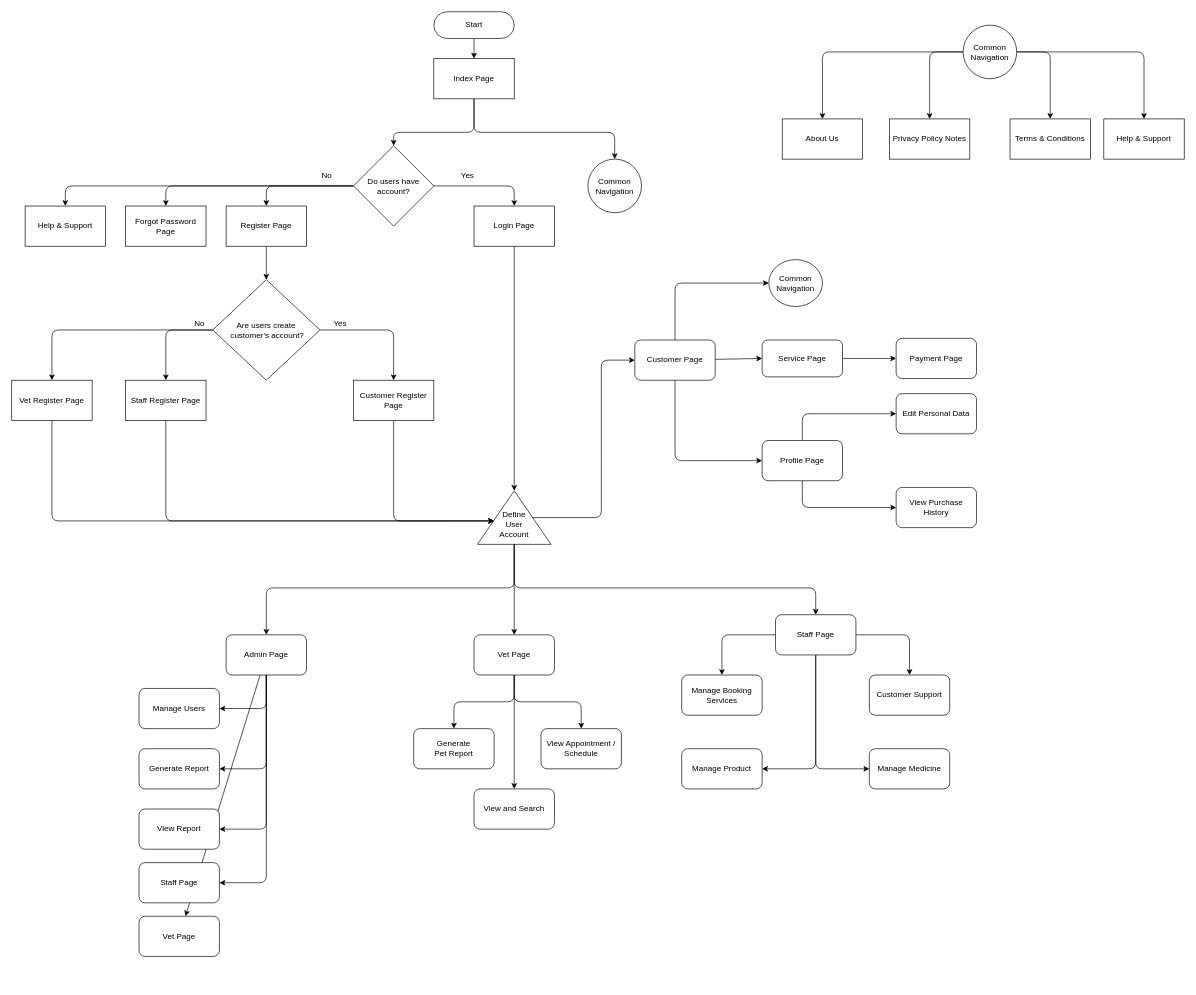
Before: page "Flowchart" (1 of 4) of backup.drawio in Kentcwk26/SDP, a draw.io diagram. Source tidied: cells renumbered, new cells numbered last; positions are measured from the earlier drawing's top-left corner, leaving out a move shared by most shapes. Both pictures are drawn from the tidied source at 67%, with x=0, y=0 at pixel (11, 11).
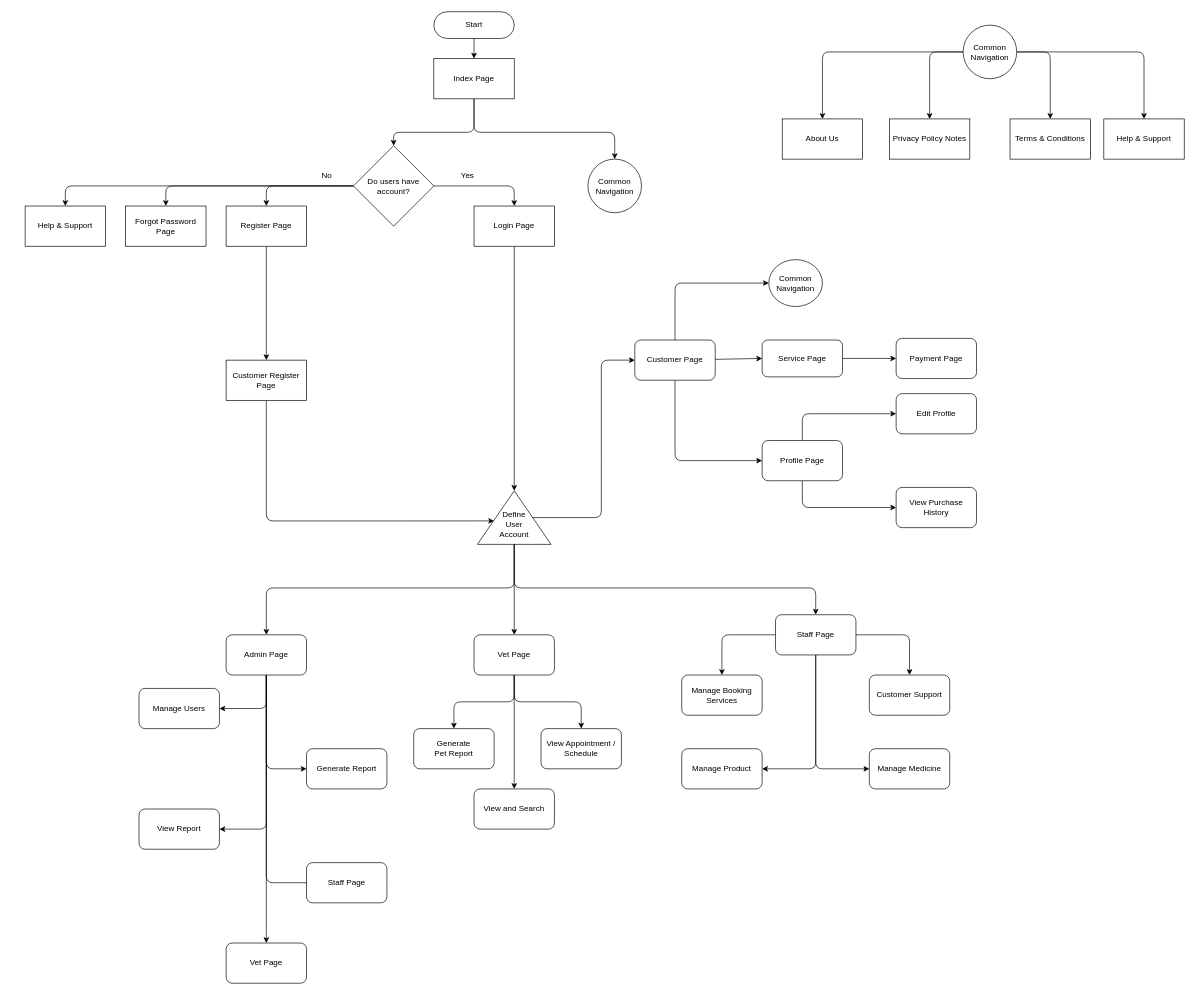
The same diagram, later.

Commit message (it also covers changes not shown here):
Edit SDP flowchart 0320 1609

The change refers to these unchanged cells:
```xml
<mxCell id="16" value="Register Page" style="whiteSpace=wrap;html=1;rounded=1;arcSize=0;" parent="1" vertex="1">
  <mxGeometry x="320" y="290" width="120" height="60" as="geometry" />
</mxCell>
<mxCell id="34" style="triangle;whiteSpace=wrap;html=1;rotation=-90;" parent="1" vertex="1">
  <mxGeometry x="710" y="700" width="80" height="110" as="geometry" />
</mxCell>
<mxCell id="53" value="Admin Page" style="rounded=1;whiteSpace=wrap;html=1;" parent="1" vertex="1">
  <mxGeometry x="320" y="930" width="120" height="60" as="geometry" />
</mxCell>
```

What changed in the source:
```diff
@@
-    <mxCell id="15" style="edgeStyle=none;html=1;" parent="1" edge="1" source="16" target="24">
+    <mxCell id="15" style="edgeStyle=none;html=1;" parent="1" edge="1" source="16" target="28">
       <mxGeometry relative="1" as="geometry" />
     </mxCell>
@@
-    <mxCell id="21" style="edgeStyle=none;html=1;" parent="1" edge="1" source="24" target="26">
-      <mxGeometry relative="1" as="geometry">
-        <Array as="points">
-          <mxPoint x="180" y="475" />
-          <mxPoint x="60" y="475" />
-        </Array>
-      </mxGeometry>
-    </mxCell>
-    <mxCell id="22" style="edgeStyle=none;html=1;" parent="1" edge="1" source="24" target="28">
-      <mxGeometry relative="1" as="geometry">
-        <Array as="points">
-          <mxPoint x="570" y="475" />
-        </Array>
-      </mxGeometry>
-    </mxCell>
-    <mxCell id="23" style="edgeStyle=none;html=1;" parent="1" edge="1" source="24" target="30">
-      <mxGeometry relative="1" as="geometry">
-        <Array as="points">
-          <mxPoint x="230" y="475" />
-        </Array>
-      </mxGeometry>
-    </mxCell>
-    <mxCell id="24" value="Are users create&lt;br&gt;&amp;nbsp;customer's account?" style="rhombus;whiteSpace=wrap;html=1;rounded=1;arcSize=0;" parent="1" vertex="1">
-      <mxGeometry x="300" y="400" width="160" height="150" as="geometry" />
-    </mxCell>
-    <mxCell id="25" style="edgeStyle=none;html=1;" parent="1" edge="1" source="26">
-      <mxGeometry relative="1" as="geometry">
-        <mxPoint x="720" y="760" as="targetPoint" />
-        <Array as="points">
-          <mxPoint x="60" y="760" />
-        </Array>
-      </mxGeometry>
-    </mxCell>
-    <mxCell id="26" value="Vet Register Page" style="whiteSpace=wrap;html=1;rounded=1;arcSize=0;" parent="1" vertex="1">
-      <mxGeometry y="550" width="120" height="60" as="geometry" />
-    </mxCell>
     <mxCell id="27" style="edgeStyle=none;html=1;entryX=0.438;entryY=0.227;entryDx=0;entryDy=0;entryPerimeter=0;" parent="1" edge="1" source="28" target="34">
       <mxGeometry relative="1" as="geometry">
         <Array as="points">
+          <mxPoint x="380" y="760" />
           <mxPoint x="570" y="760" />
         </Array>
       </mxGeometry>
     </mxCell>
     <mxCell id="28" value="Customer Register Page" style="whiteSpace=wrap;html=1;rounded=1;arcSize=0;" parent="1" vertex="1">
-      <mxGeometry x="510" y="550" width="120" height="60" as="geometry" />
+      <mxGeometry x="320" y="520" width="120" height="60" as="geometry" />
     </mxCell>
-    <mxCell id="29" style="edgeStyle=none;html=1;" parent="1" edge="1" source="30">
-      <mxGeometry relative="1" as="geometry">
-        <mxPoint x="720" y="760" as="targetPoint" />
-        <Array as="points">
-          <mxPoint x="230" y="760" />
-        </Array>
-      </mxGeometry>
-    </mxCell>
-    <mxCell id="30" value="Staff Register Page" style="whiteSpace=wrap;html=1;rounded=1;arcSize=0;" parent="1" vertex="1">
-      <mxGeometry x="170" y="550" width="120" height="60" as="geometry" />
-    </mxCell>
-    <mxCell id="31" value="No" style="text;html=1;align=center;verticalAlign=middle;strokeColor=none;fillColor=none;" parent="1" vertex="1">
-      <mxGeometry x="260" y="450" width="40" height="30" as="geometry" />
-    </mxCell>
-    <mxCell id="32" value="Yes" style="text;html=1;align=center;verticalAlign=middle;strokeColor=none;fillColor=none;" parent="1" vertex="1">
-      <mxGeometry x="470" y="450" width="40" height="30" as="geometry" />
-    </mxCell>
@@
     <mxCell id="51" style="edgeStyle=none;html=1;" parent="1" edge="1" source="53" target="84">
-      <mxGeometry relative="1" as="geometry" />
+      <mxGeometry relative="1" as="geometry">
+        <Array as="points">
+          <mxPoint x="380" y="1380" />
+        </Array>
+      </mxGeometry>
     </mxCell>
@@
-    <mxCell id="65" value="Edit Personal Data" style="whiteSpace=wrap;html=1;rounded=1;" parent="1" vertex="1">
+    <mxCell id="65" value="Edit Profile" style="whiteSpace=wrap;html=1;rounded=1;" parent="1" vertex="1">
       <mxGeometry x="1320" y="570" width="120" height="60" as="geometry" />
     </mxCell>
@@
     <mxCell id="72" value="Generate Report" style="rounded=1;whiteSpace=wrap;html=1;" parent="1" vertex="1">
-      <mxGeometry x="190" y="1100" width="120" height="60" as="geometry" />
+      <mxGeometry x="440" y="1100" width="120" height="60" as="geometry" />
     </mxCell>
@@
     <mxCell id="83" value="Staff Page" style="rounded=1;whiteSpace=wrap;html=1;" parent="1" vertex="1">
-      <mxGeometry x="190" y="1270" width="120" height="60" as="geometry" />
+      <mxGeometry x="440" y="1270" width="120" height="60" as="geometry" />
     </mxCell>
     <mxCell id="84" value="Vet Page" style="rounded=1;whiteSpace=wrap;html=1;" parent="1" vertex="1">
-      <mxGeometry x="190" y="1350" width="120" height="60" as="geometry" />
+      <mxGeometry x="320" y="1390" width="120" height="60" as="geometry" />
     </mxCell>
```
